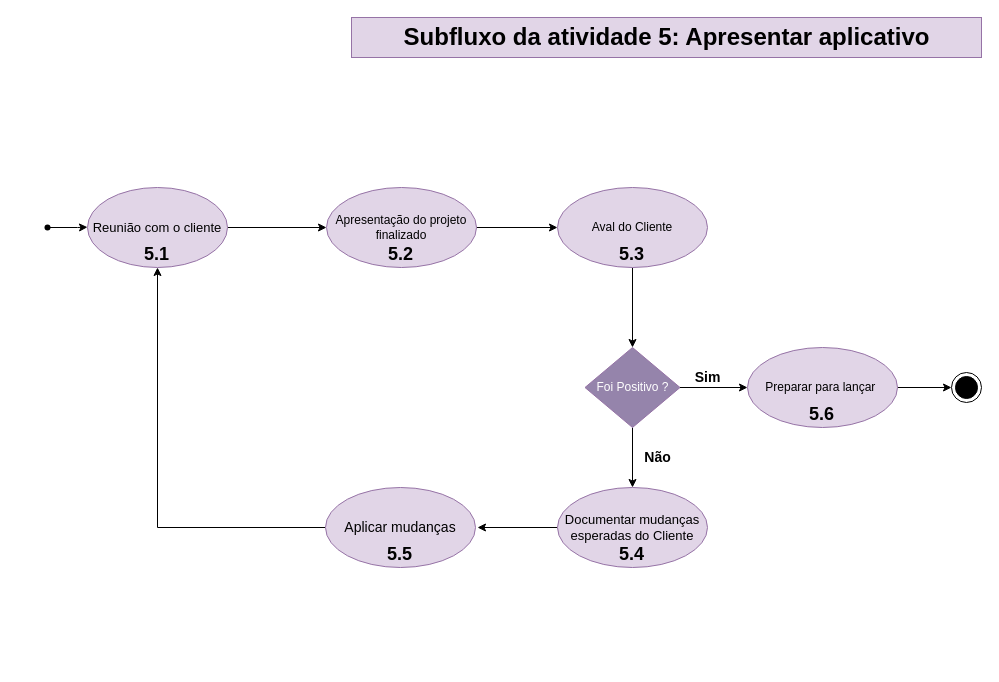
This is page "Subfluxo atv 5" (9 of 9) of Diagrama sem nome.drawio from helloisasilva/Processo-de-engenharia-de-software-para-App-mobile, a draw.io file, before an edit. Source tidied: cells renumbered, new cells numbered last; positions are measured from the earlier drawing's top-left corner, leaving out a move shared by most shapes. Both pictures are drawn from the tidied source at 100%, with x=0, y=0 at pixel (37, 17).
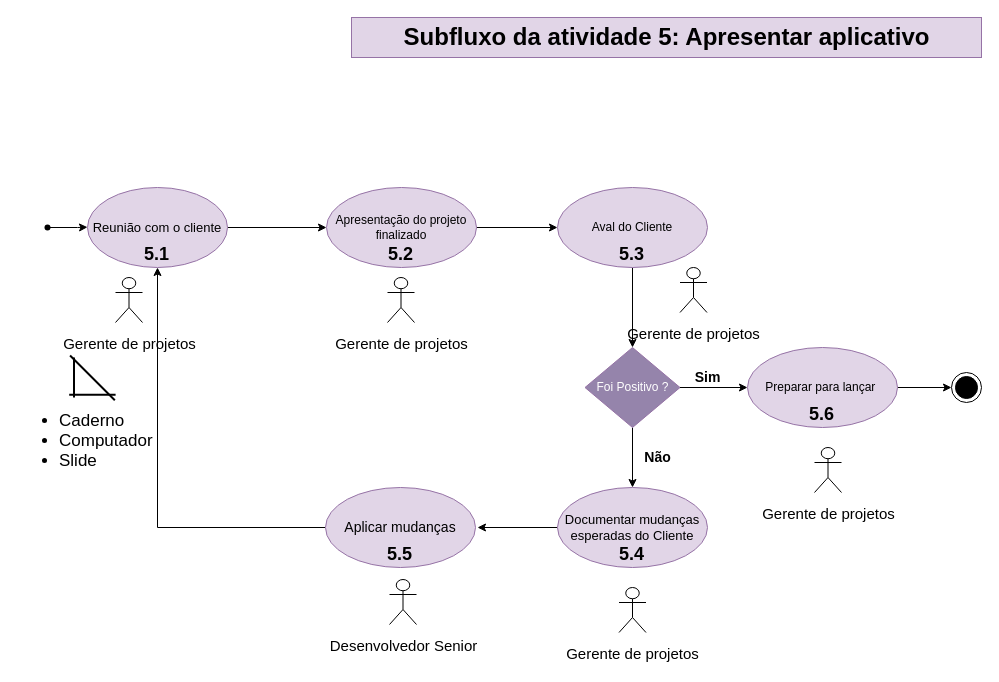
After the change.

What changed in the source:
```diff
@@
+    <mxCell id="31" value="&lt;font style=&quot;font-size: 15px;&quot;&gt;Gerente de projetos&lt;/font&gt;" style="shape=umlActor;verticalLabelPosition=bottom;verticalAlign=top;html=1;fontSize=21;" parent="1" vertex="1">
+      <mxGeometry x="78" y="260" width="27" height="45" as="geometry" />
+    </mxCell>
@@
+    <mxCell id="32" style="group;" parent="1" vertex="1">
+      <mxGeometry x="30" y="340" width="115.6" height="114.3" as="geometry" />
+    </mxCell>
+    <mxCell id="33" style="line;strokeWidth=2;html=1;rotation=45;" parent="32" vertex="1">
+      <mxGeometry x="-6.7" y="17.5" width="63.3" height="5.7" as="geometry" />
+    </mxCell>
+    <mxCell id="34" style="line;strokeWidth=2;direction=south;html=1;rotation=0;" parent="32" vertex="1">
+      <mxGeometry x="2.8" width="7.4" height="40" as="geometry" />
+    </mxCell>
+    <mxCell id="35" style="line;strokeWidth=2;html=1;" parent="32" vertex="1">
+      <mxGeometry x="1.7" y="34.3" width="46.4" height="5.7" as="geometry" />
+    </mxCell>
+    <mxCell id="36" value="&lt;ul style=&quot;font-size: 17px;&quot;&gt;&lt;li style=&quot;font-size: 17px;&quot;&gt;Caderno&amp;nbsp;&lt;/li&gt;&lt;li style=&quot;font-size: 17px;&quot;&gt;Computador&lt;/li&gt;&lt;li style=&quot;font-size: 17px;&quot;&gt;Slide&lt;/li&gt;&lt;/ul&gt;" style="text;strokeColor=none;fillColor=none;html=1;whiteSpace=wrap;verticalAlign=middle;overflow=hidden;fontSize=17;" parent="32" vertex="1">
+      <mxGeometry x="-50" y="34.3" width="165.6" height="80" as="geometry" />
+    </mxCell>
+    <mxCell id="37" value="&lt;font style=&quot;font-size: 15px;&quot;&gt;Gerente de projetos&lt;/font&gt;" style="shape=umlActor;verticalLabelPosition=bottom;verticalAlign=top;html=1;fontSize=21;" parent="1" vertex="1">
+      <mxGeometry x="350" y="260" width="27" height="45" as="geometry" />
+    </mxCell>
+    <mxCell id="38" value="&lt;font style=&quot;font-size: 15px;&quot;&gt;Gerente de projetos&lt;/font&gt;" style="shape=umlActor;verticalLabelPosition=bottom;verticalAlign=top;html=1;fontSize=21;" parent="1" vertex="1">
+      <mxGeometry x="642.5" y="250" width="27" height="45" as="geometry" />
+    </mxCell>
+    <mxCell id="39" value="&lt;font style=&quot;font-size: 15px;&quot;&gt;Gerente de projetos&lt;/font&gt;" style="shape=umlActor;verticalLabelPosition=bottom;verticalAlign=top;html=1;fontSize=21;" parent="1" vertex="1">
+      <mxGeometry x="777" y="430" width="27" height="45" as="geometry" />
+    </mxCell>
+    <mxCell id="40" value="&lt;font style=&quot;font-size: 15px;&quot;&gt;Gerente de projetos&lt;/font&gt;" style="shape=umlActor;verticalLabelPosition=bottom;verticalAlign=top;html=1;fontSize=21;" parent="1" vertex="1">
+      <mxGeometry x="581.5" y="570" width="27" height="45" as="geometry" />
+    </mxCell>
+    <mxCell id="41" value="&lt;span style=&quot;font-size: 15px;&quot;&gt;Desenvolvedor Senior&lt;/span&gt;" style="shape=umlActor;verticalLabelPosition=bottom;verticalAlign=top;html=1;fontSize=21;" parent="1" vertex="1">
+      <mxGeometry x="352" y="562" width="27" height="45" as="geometry" />
+    </mxCell>
```
